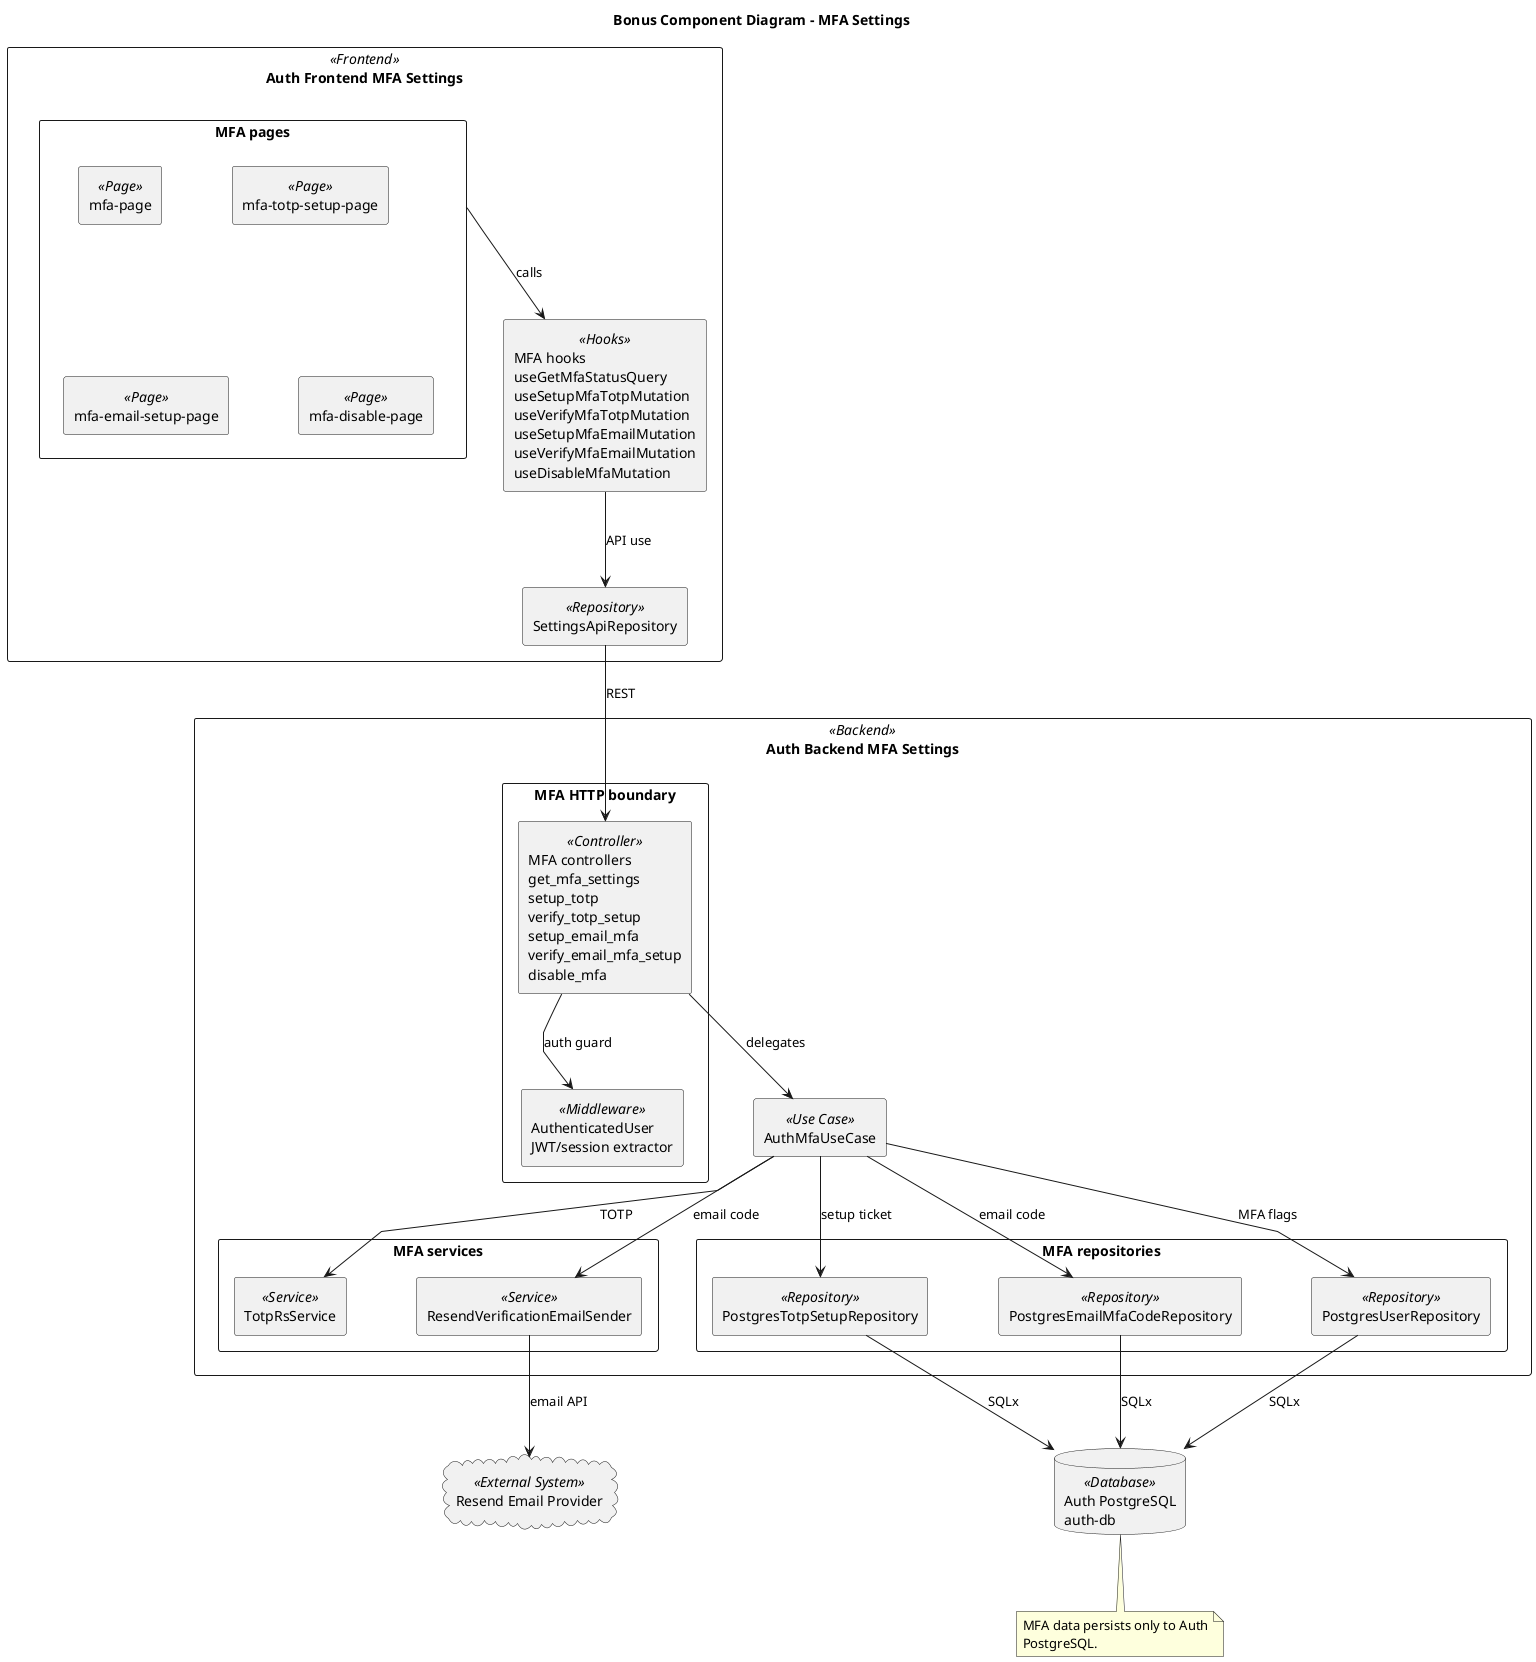
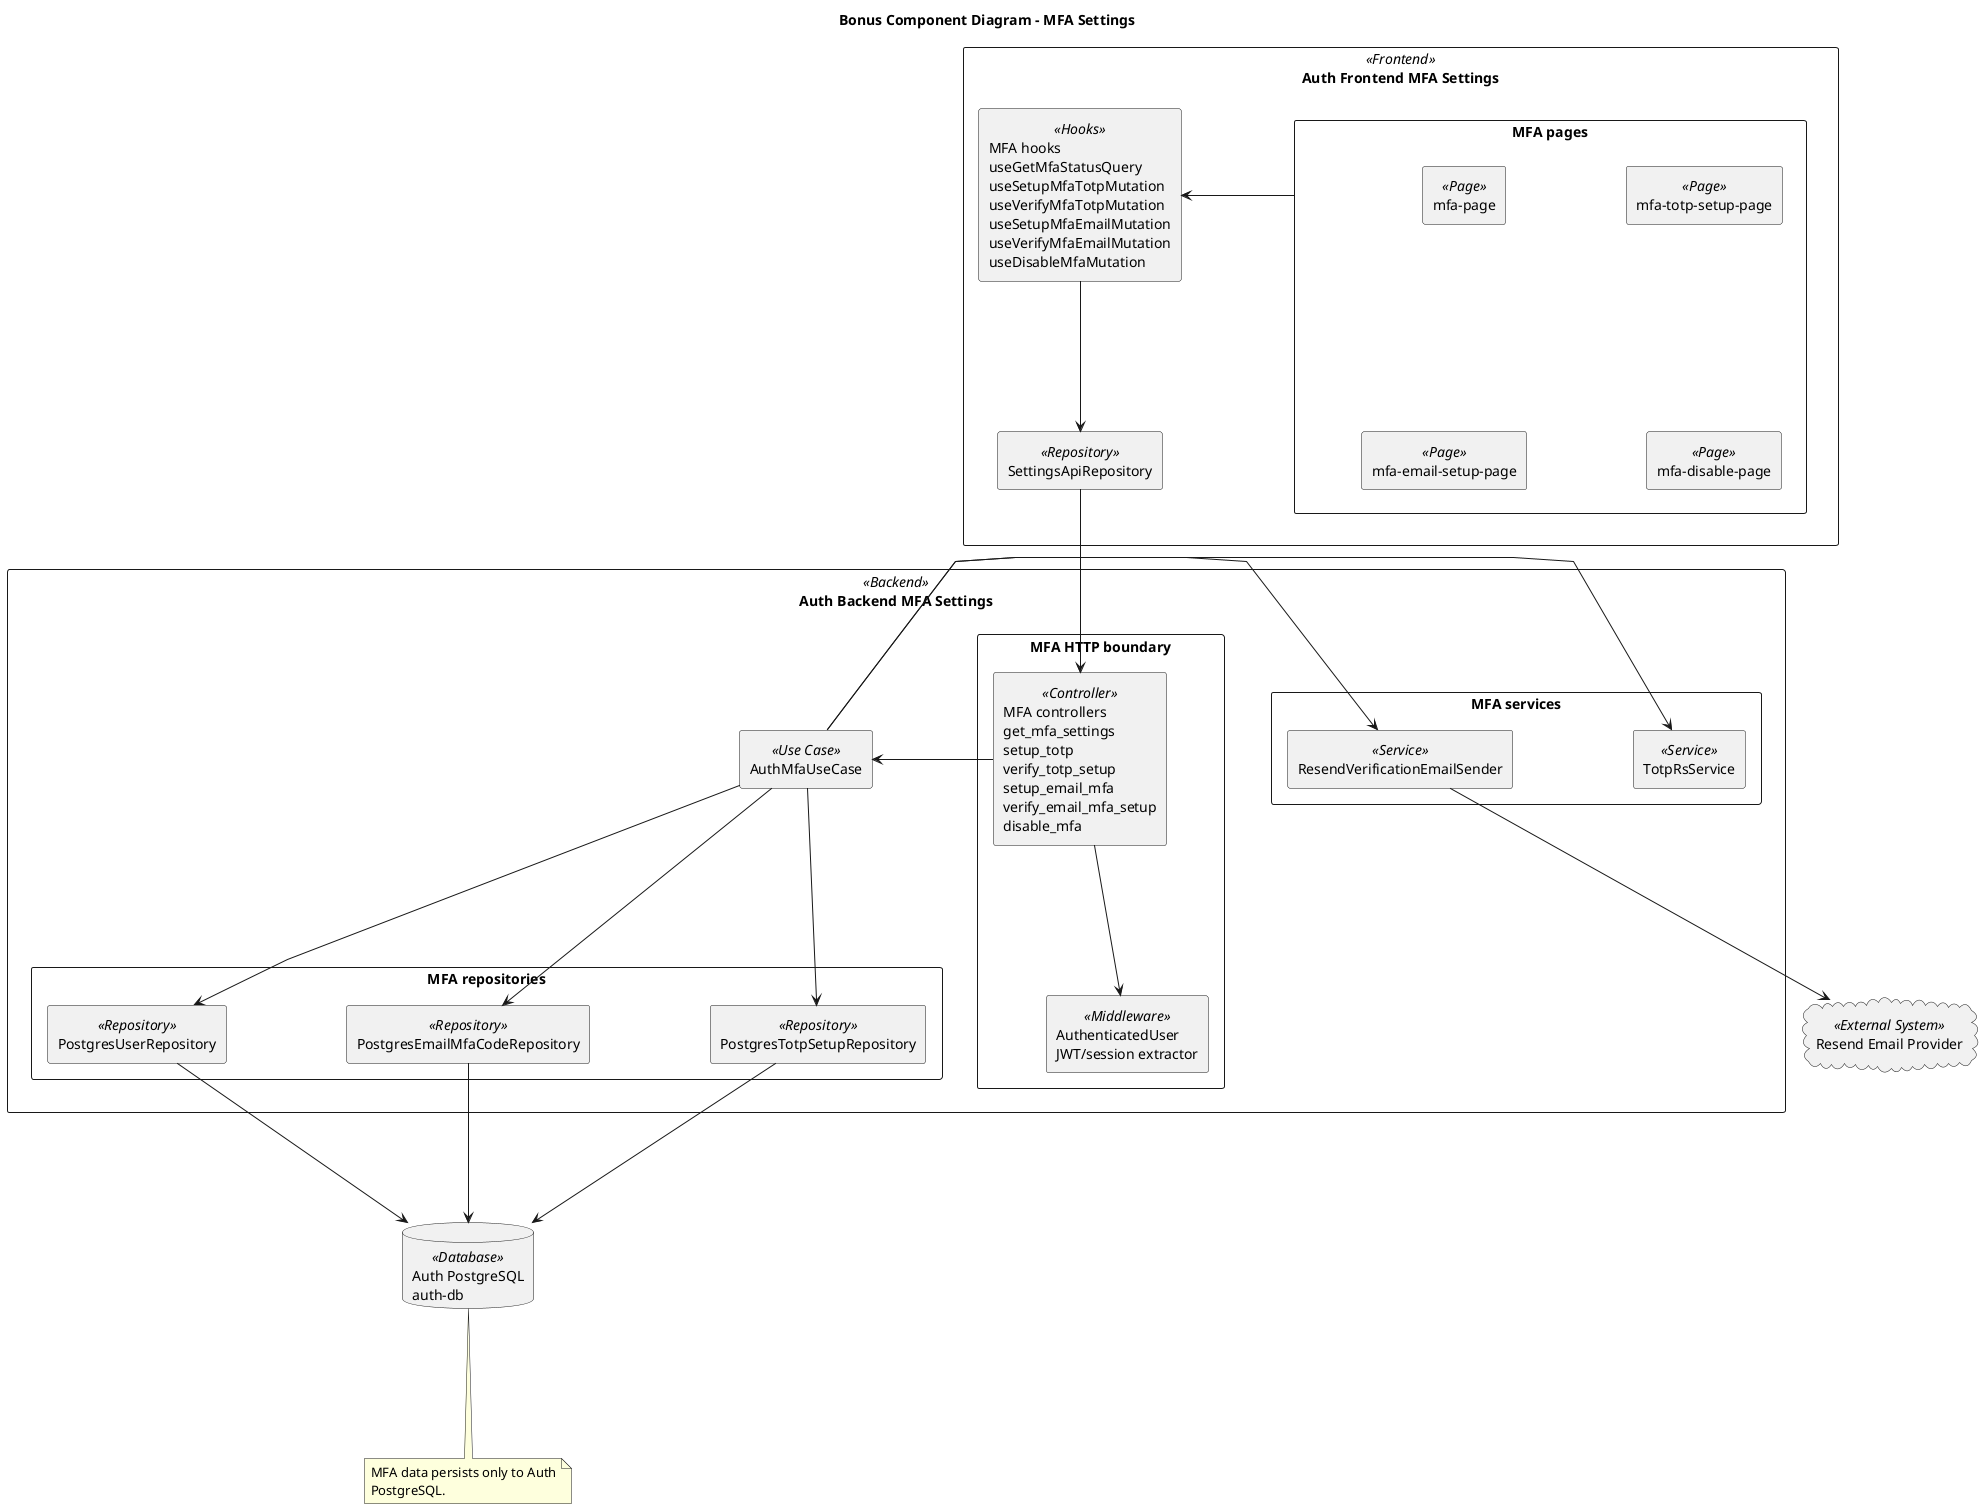
@startuml
title Bonus Component Diagram - MFA Settings
top to bottom direction
skinparam componentStyle rectangle
skinparam linetype polyline
- skinparam nodesep 70
- skinparam ranksep 75
+ skinparam nodesep 120
+ skinparam ranksep 150
skinparam wrapWidth 210
skinparam packageStyle rectangle

package "Auth Frontend MFA Settings" as AuthFE <<Frontend>> {
  package "MFA pages" as MFAPages {
    component "mfa-page" as MfaPage <<Page>>
    component "mfa-totp-setup-page" as TotpPage <<Page>>
    component "mfa-email-setup-page" as EmailPage <<Page>>
    component "mfa-disable-page" as DisablePage <<Page>>
  }
  component "MFA hooks\nuseGetMfaStatusQuery\nuseSetupMfaTotpMutation\nuseVerifyMfaTotpMutation\nuseSetupMfaEmailMutation\nuseVerifyMfaEmailMutation\nuseDisableMfaMutation" as MfaHooks <<Hooks>>
  component "SettingsApiRepository" as SettingsRepo <<Repository>>
}

package "Auth Backend MFA Settings" as AuthBE <<Backend>> {
  package "MFA HTTP boundary" as MFAHttp {
    component "MFA controllers\nget_mfa_settings\nsetup_totp\nverify_totp_setup\nsetup_email_mfa\nverify_email_mfa_setup\ndisable_mfa" as Controllers <<Controller>>
    component "AuthenticatedUser\nJWT/session extractor" as AuthExtractor <<Middleware>>
  }

  component "AuthMfaUseCase" as AuthMfa <<Use Case>>

  package "MFA services" as MFAServices {
    component "TotpRsService" as TotpService <<Service>>
    component "ResendVerificationEmailSender" as EmailSender <<Service>>
  }

  package "MFA repositories" as MFARepos {
    component "PostgresTotpSetupRepository" as TotpSetupRepo <<Repository>>
    component "PostgresEmailMfaCodeRepository" as EmailCodeRepo <<Repository>>
    component "PostgresUserRepository" as UserRepo <<Repository>>
  }
}

database "Auth PostgreSQL\nauth-db" as AuthDB <<Database>>
cloud "Resend Email Provider" as Resend <<External System>>

- MFAPages --> MfaHooks : calls
- MfaHooks --> SettingsRepo : API use
- SettingsRepo --> Controllers : REST
+ MFAPages -right-> MfaHooks
+ MfaHooks -down-> SettingsRepo
+ SettingsRepo -down-> Controllers

- Controllers --> AuthExtractor : auth guard
- Controllers --> AuthMfa : delegates
+ Controllers -down-> AuthExtractor
+ Controllers -right-> AuthMfa

- AuthMfa --> TotpService : TOTP
- AuthMfa --> TotpSetupRepo : setup ticket
- AuthMfa --> EmailSender : email code
- AuthMfa --> EmailCodeRepo : email code
- AuthMfa --> UserRepo : MFA flags
+ AuthMfa -left-> TotpService
+ AuthMfa -down-> TotpSetupRepo
+ AuthMfa -left-> EmailSender
+ AuthMfa -down-> EmailCodeRepo
+ AuthMfa -down-> UserRepo

- TotpSetupRepo --> AuthDB : SQLx
- EmailCodeRepo --> AuthDB : SQLx
- UserRepo --> AuthDB : SQLx
- EmailSender --> Resend : email API
+ TotpSetupRepo -down-> AuthDB
+ EmailCodeRepo -down-> AuthDB
+ UserRepo -down-> AuthDB
+ EmailSender -down-> Resend

note bottom of AuthDB
MFA data persists only to Auth PostgreSQL.
end note
@enduml
